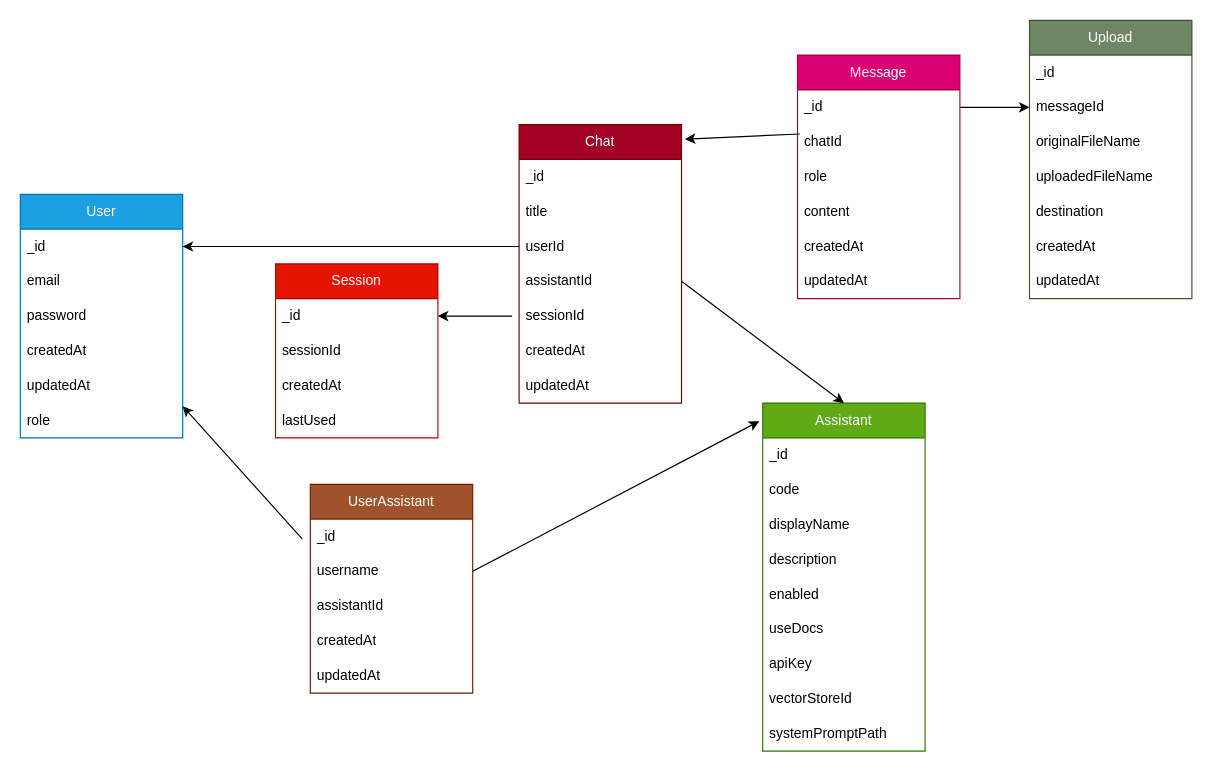
This is backend/IS-GPT Schema.drawio from stevenyeo99/ulink-assistant, a draw.io file, before an edit. Source tidied: cells renumbered, new cells numbered last; positions are measured from the earlier drawing's top-left corner, leaving out a move shared by most shapes. Both pictures are drawn from the tidied source at 116%, with x=0, y=0 at pixel (20, 20).
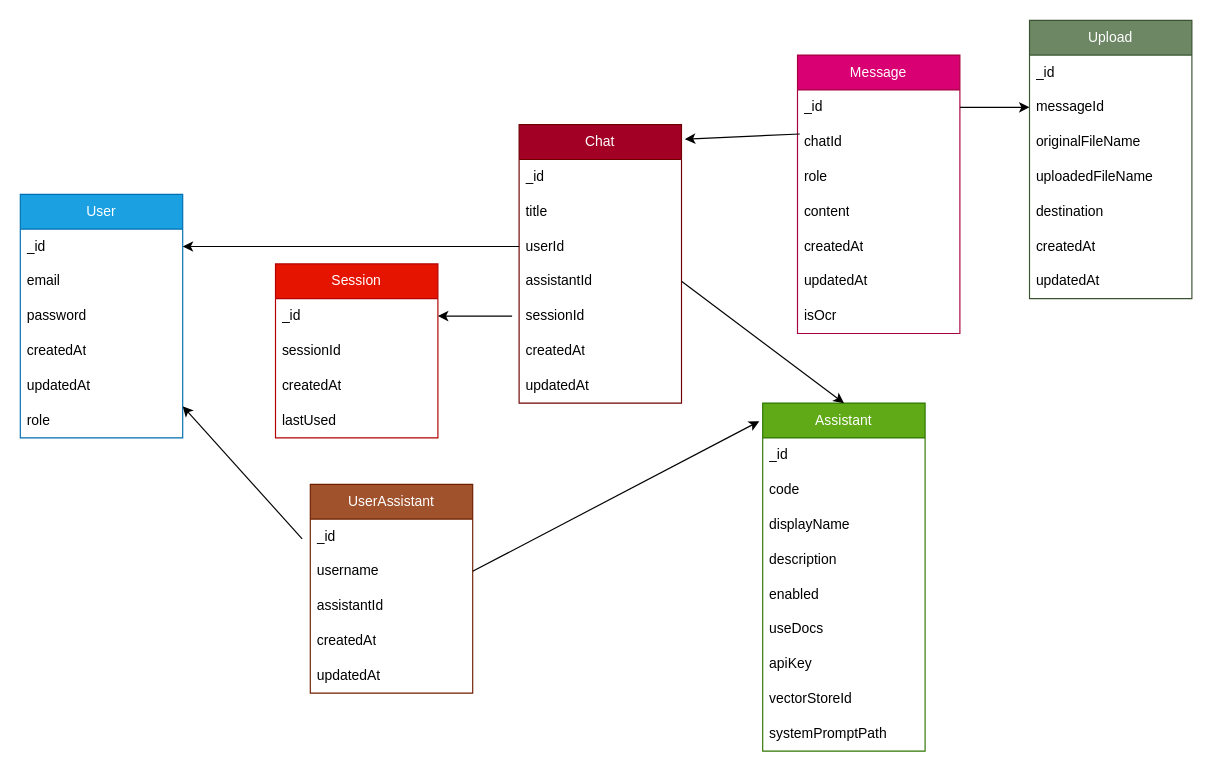
After the change.

The edit, as a diff of the source:
```diff
@@
     <mxCell id="27" value="Message" style="swimlane;fontStyle=0;horizontal=1;startSize=30;whiteSpace=wrap;html=1;fillColor=#d80073;fontColor=#ffffff;strokeColor=#A50040;" parent="1" vertex="1">
-      <mxGeometry x="670" y="30" width="140" height="210" as="geometry" />
+      <mxGeometry x="670" y="30" width="140" height="240" as="geometry" />
     </mxCell>
@@
+    <mxCell id="60" value="isOcr" style="text;strokeColor=none;fillColor=none;align=left;verticalAlign=middle;spacingLeft=4;spacingRight=4;overflow=hidden;whiteSpace=wrap;html=1;" parent="27" vertex="1">
+      <mxGeometry y="210" width="140" height="30" as="geometry" />
+    </mxCell>
```
